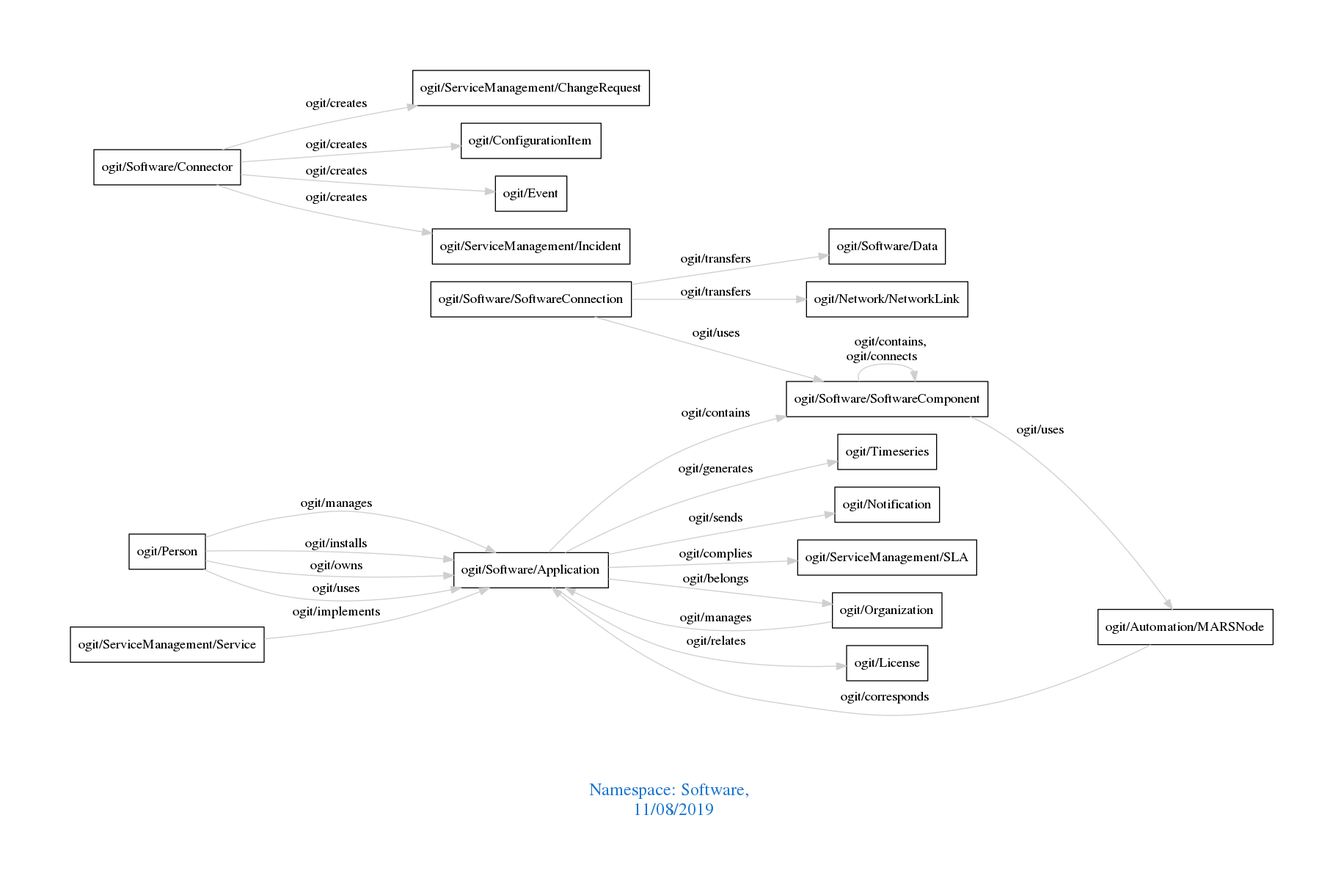
Earlier version of the Graphviz export downloads/Software.png (arago/OGIT). Its source is kept beside it as downloads/Software.dot.
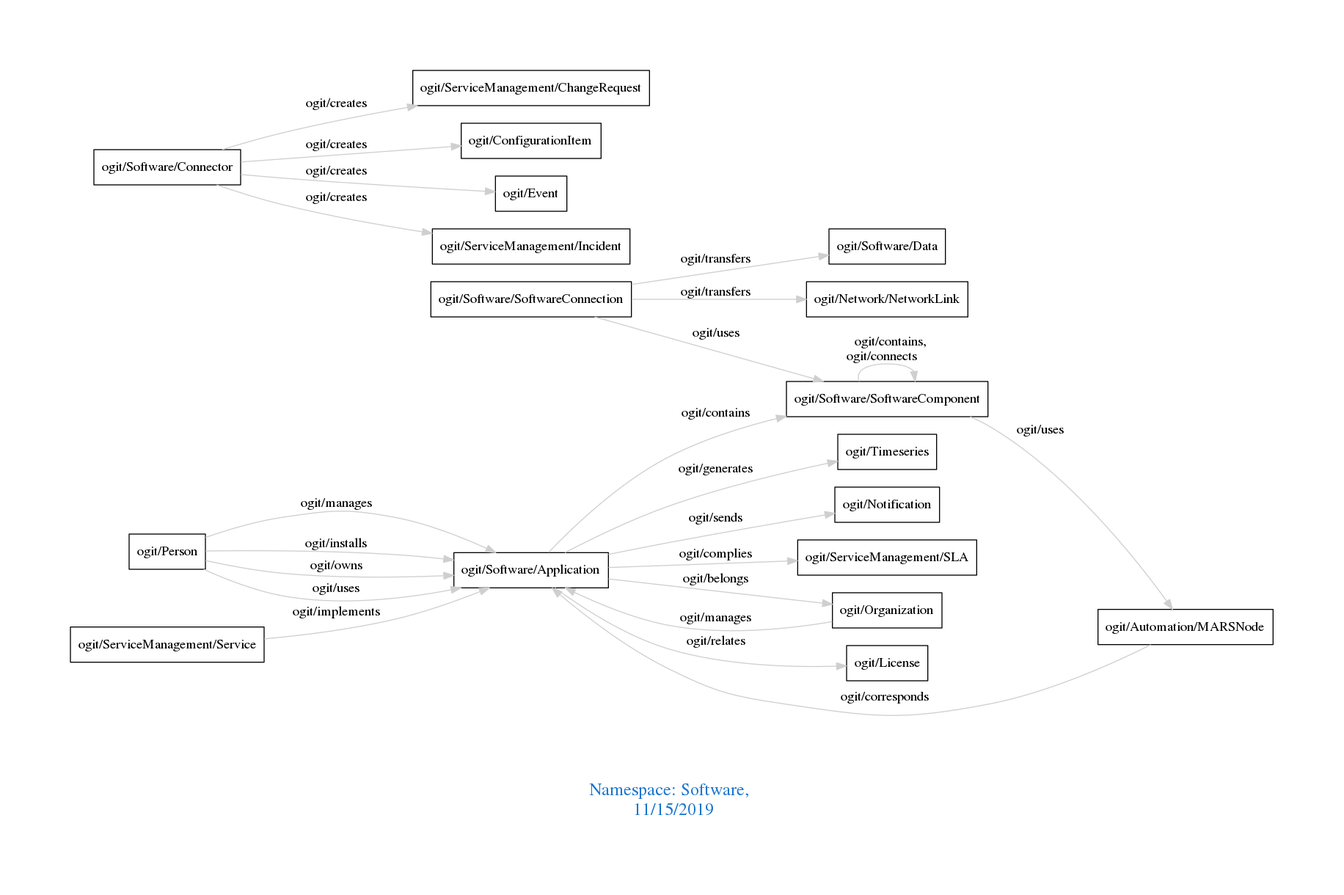
Later version of the same file.

What changed in the source:
```diff
@@ -1,7 +1,7 @@
 digraph OGIT_ontology {
  graph [ rankdir= LR,pad=1
 fontsize = 18,
-fontcolor= dodgerblue3,label = "\n\n\nNamespace: Software, \n 11/08/2019"];
+fontcolor= dodgerblue3,label = "\n\n\nNamespace: Software, \n 11/15/2019"];
 node[shape=polygon];
 edge [  color="gray81"];
 
```
